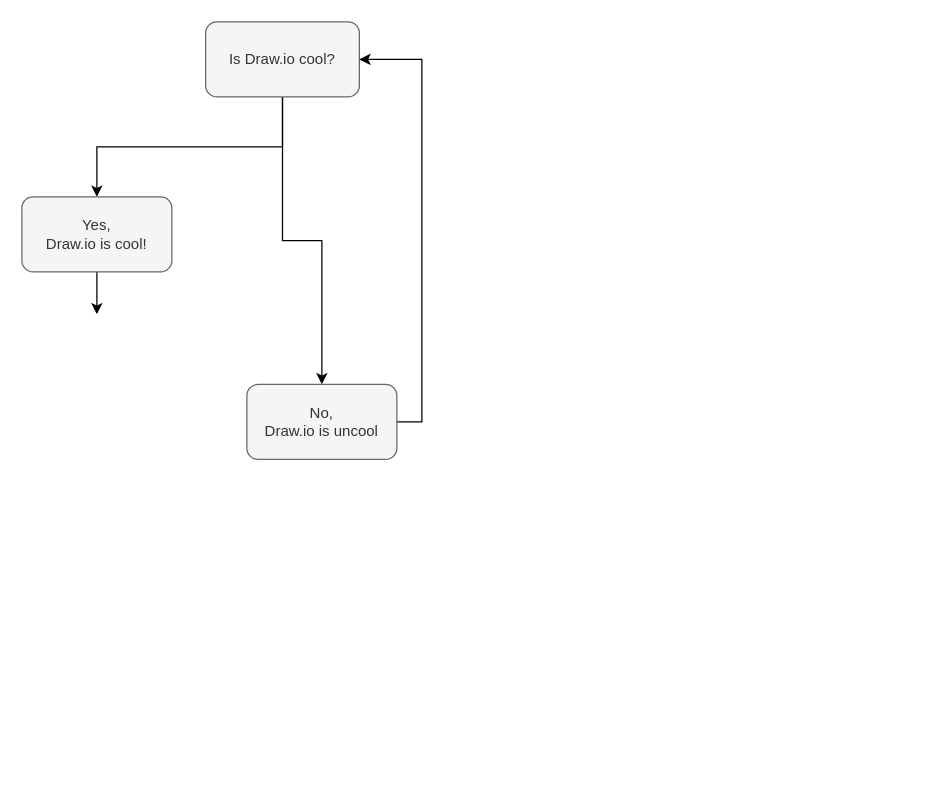
Before: examples/Example.drawio in hediet/vscode-drawio, a draw.io diagram. Source tidied: cells renumbered, new cells numbered last; positions are measured from the earlier drawing's top-left corner, leaving out a move shared by most shapes. Both pictures are drawn from the tidied source at 125%, with x=0, y=0 at pixel (21, 21).
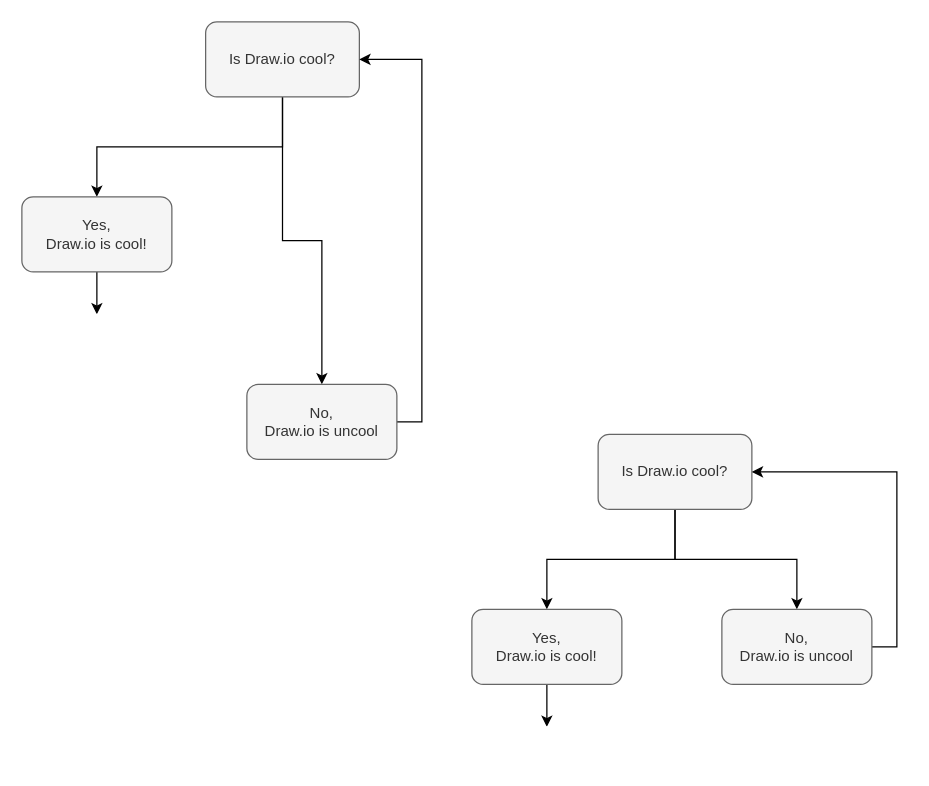
The same diagram, later.

What changed in the source:
```diff
@@
 <mxGraphModel>
   <root>
     <mxCell id="0" />
     <mxCell id="1" parent="0" />
     <mxCell id="2" style="edgeStyle=orthogonalEdgeStyle;rounded=0;jettySize=auto;html=1;exitX=0.5;exitY=1;exitDx=0;exitDy=0;" parent="1" edge="1" source="4" target="6">
       <mxGeometry relative="1" as="geometry" />
     </mxCell>
     <mxCell id="3" style="edgeStyle=orthogonalEdgeStyle;rounded=0;jettySize=auto;html=1;exitX=0.5;exitY=1;exitDx=0;exitDy=0;" parent="1" edge="1" source="4" target="8">
       <mxGeometry relative="1" as="geometry" />
     </mxCell>
     <mxCell id="4" value="Is Draw.io cool?" style="rounded=1;whiteSpace=wrap;html=1;fillColor=#f5f5f5;strokeColor=#666666;fontColor=#333333;" parent="1" vertex="1">
       <mxGeometry x="147" width="123" height="60" as="geometry" />
     </mxCell>
     <mxCell id="5" style="edgeStyle=orthogonalEdgeStyle;rounded=0;jettySize=auto;html=1;exitX=0.5;exitY=1;exitDx=0;exitDy=0;" parent="1" edge="1" source="6" target="9">
       <mxGeometry relative="1" as="geometry" />
     </mxCell>
     <mxCell id="6" value="Yes,&lt;br&gt;Draw.io is cool!" style="rounded=1;whiteSpace=wrap;html=1;fillColor=#f5f5f5;strokeColor=#666666;fontColor=#333333;" parent="1" vertex="1">
       <mxGeometry y="140" width="120" height="60" as="geometry" />
     </mxCell>
     <mxCell id="7" style="edgeStyle=orthogonalEdgeStyle;rounded=0;jettySize=auto;html=1;exitX=1;exitY=0.5;exitDx=0;exitDy=0;entryX=1;entryY=0.5;entryDx=0;entryDy=0;" parent="1" edge="1" source="8" target="4">
       <mxGeometry relative="1" as="geometry" />
     </mxCell>
     <mxCell id="8" value="No,&lt;br&gt;Draw.io is uncool" style="rounded=1;whiteSpace=wrap;html=1;fillColor=#f5f5f5;strokeColor=#666666;fontColor=#333333;" parent="1" vertex="1">
       <mxGeometry x="180" y="290" width="120" height="60" as="geometry" />
     </mxCell>
     <mxCell id="9" style="ellipse;html=1;shape=endState;fillColor=#FFFFFF;strokeColor=#FFFFFF;" parent="1" vertex="1">
       <mxGeometry x="45" y="234" width="30" height="30" as="geometry" />
     </mxCell>
+    <mxCell id="10" style="edgeStyle=orthogonalEdgeStyle;rounded=0;jettySize=auto;html=1;exitX=0.5;exitY=1;exitDx=0;exitDy=0;" parent="1" edge="1" source="12" target="14">
+      <mxGeometry relative="1" as="geometry" />
+    </mxCell>
+    <mxCell id="11" style="edgeStyle=orthogonalEdgeStyle;rounded=0;jettySize=auto;html=1;exitX=0.5;exitY=1;exitDx=0;exitDy=0;" parent="1" edge="1" source="12" target="16">
+      <mxGeometry relative="1" as="geometry" />
+    </mxCell>
+    <mxCell id="12" value="Is Draw.io cool?" style="rounded=1;whiteSpace=wrap;html=1;fillColor=#f5f5f5;strokeColor=#666666;fontColor=#333333;" parent="1" vertex="1">
+      <mxGeometry x="461" y="330" width="123" height="60" as="geometry" />
+    </mxCell>
+    <mxCell id="13" style="edgeStyle=orthogonalEdgeStyle;rounded=0;jettySize=auto;html=1;exitX=0.5;exitY=1;exitDx=0;exitDy=0;" parent="1" edge="1" source="14" target="17">
+      <mxGeometry relative="1" as="geometry" />
+    </mxCell>
+    <mxCell id="14" value="Yes,&lt;br&gt;Draw.io is cool!" style="rounded=1;whiteSpace=wrap;html=1;fillColor=#f5f5f5;strokeColor=#666666;fontColor=#333333;" parent="1" vertex="1">
+      <mxGeometry x="360" y="470" width="120" height="60" as="geometry" />
+    </mxCell>
+    <mxCell id="15" style="edgeStyle=orthogonalEdgeStyle;rounded=0;jettySize=auto;html=1;exitX=1;exitY=0.5;exitDx=0;exitDy=0;entryX=1;entryY=0.5;entryDx=0;entryDy=0;" parent="1" edge="1" source="16" target="12">
+      <mxGeometry relative="1" as="geometry" />
+    </mxCell>
+    <mxCell id="16" value="No,&lt;br&gt;Draw.io is uncool" style="rounded=1;whiteSpace=wrap;html=1;fillColor=#f5f5f5;strokeColor=#666666;fontColor=#333333;" parent="1" vertex="1">
+      <mxGeometry x="560" y="470" width="120" height="60" as="geometry" />
+    </mxCell>
+    <mxCell id="17" style="ellipse;html=1;shape=endState;fillColor=#FFFFFF;strokeColor=#FFFFFF;" parent="1" vertex="1">
+      <mxGeometry x="405" y="564" width="30" height="30" as="geometry" />
+    </mxCell>
   </root>
 </mxGraphModel>
```
